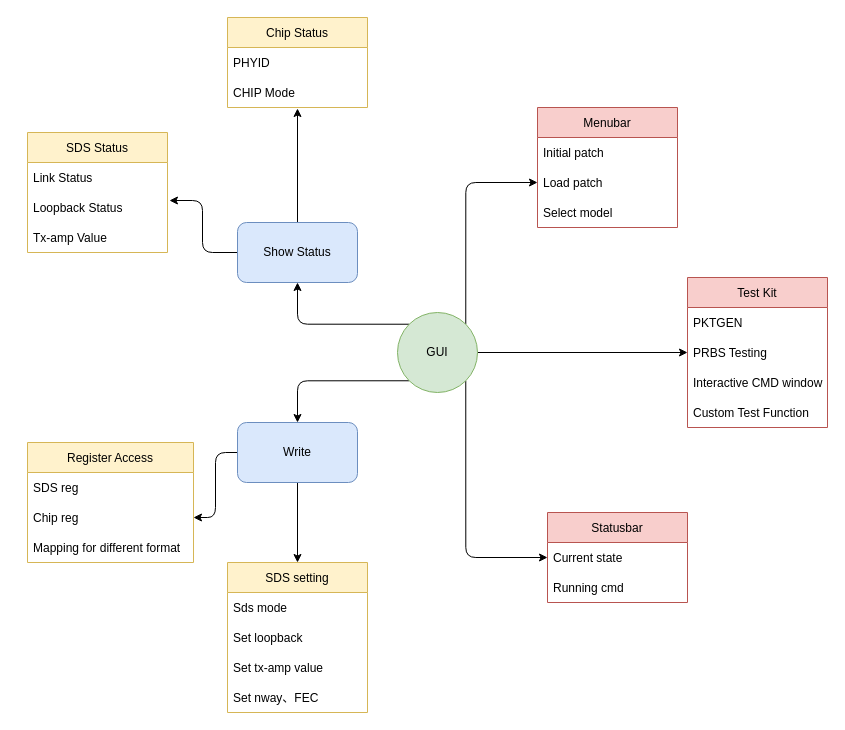
This is CHIP_TEST_GUI.drawio from WeiCheng0908/Stock_strategy_simulation, a draw.io file, before an edit. Source tidied: cells renumbered, new cells numbered last; positions are measured from the earlier drawing's top-left corner, leaving out a move shared by most shapes. Both pictures are drawn from the tidied source at 100%, with x=0, y=0 at pixel (27, 17).
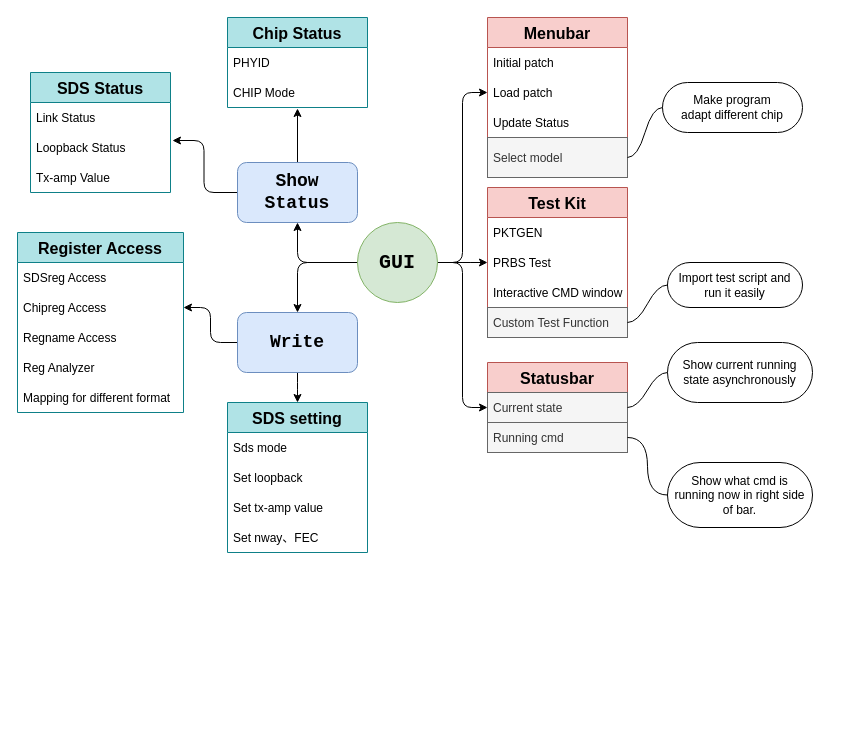
After the change.

The change refers to these unchanged cells:
```xml
<mxCell id="22" value="Load patch" style="text;strokeColor=none;fillColor=none;align=left;verticalAlign=middle;spacingLeft=4;spacingRight=4;overflow=hidden;points=[[0,0.5],[1,0.5]];portConstraint=eastwest;" parent="20" vertex="1">
  <mxGeometry y="60" width="140" height="30" as="geometry" />
</mxCell>
```

The edit, as a diff of the source:
```diff
@@
-    <mxCell id="4" value="Show Status" style="rounded=1;whiteSpace=wrap;html=1;fillColor=#dae8fc;strokeColor=#6c8ebf;" parent="1" vertex="1">
-      <mxGeometry x="210" y="205" width="120" height="60" as="geometry" />
+    <mxCell id="4" value="Show Status" style="rounded=1;whiteSpace=wrap;html=1;fillColor=#dae8fc;strokeColor=#6c8ebf;fontSize=18;fontFamily=Courier New;fontStyle=1;" parent="1" vertex="1">
+      <mxGeometry x="210" y="145" width="120" height="60" as="geometry" />
     </mxCell>
@@
-    <mxCell id="7" value="Write" style="rounded=1;whiteSpace=wrap;html=1;fillColor=#dae8fc;strokeColor=#6c8ebf;" parent="1" vertex="1">
-      <mxGeometry x="210" y="405" width="120" height="60" as="geometry" />
+    <mxCell id="7" value="Write" style="rounded=1;whiteSpace=wrap;html=1;fillColor=#dae8fc;strokeColor=#6c8ebf;fontSize=18;fontFamily=Courier New;fontStyle=1;" parent="1" vertex="1">
+      <mxGeometry x="210" y="295" width="120" height="60" as="geometry" />
     </mxCell>
-    <mxCell id="8" value="Chip Status" style="swimlane;fontStyle=0;horizontal=1;startSize=30;fillColor=#fff2cc;strokeColor=#d6b656;" parent="1" vertex="1">
+    <mxCell id="8" value="Chip Status" style="swimlane;fontStyle=1;horizontal=1;startSize=30;fillColor=#b0e3e6;strokeColor=#0e8088;fontSize=16;" parent="1" vertex="1">
       <mxGeometry x="200" width="140" height="90" as="geometry" />
     </mxCell>
@@
-    <mxCell id="11" value="SDS Status" style="swimlane;fontStyle=0;horizontal=1;startSize=30;fillColor=#fff2cc;strokeColor=#d6b656;" parent="1" vertex="1">
-      <mxGeometry y="115" width="140" height="120" as="geometry" />
+    <mxCell id="11" value="SDS Status" style="swimlane;fontStyle=1;horizontal=1;startSize=30;fillColor=#b0e3e6;strokeColor=#0e8088;fontSize=16;" parent="1" vertex="1">
+      <mxGeometry x="3" y="55" width="140" height="120" as="geometry" />
     </mxCell>
@@
-    <mxCell id="15" value="Test Kit" style="swimlane;fontStyle=0;horizontal=1;startSize=30;fillColor=#f8cecc;strokeColor=#b85450;" parent="1" vertex="1">
-      <mxGeometry x="660" y="260" width="140" height="150" as="geometry" />
+    <mxCell id="15" value="Test Kit" style="swimlane;fontStyle=1;horizontal=1;startSize=30;fillColor=#f8cecc;strokeColor=#b85450;fontSize=16;" parent="1" vertex="1">
+      <mxGeometry x="460" y="170" width="140" height="150" as="geometry" />
     </mxCell>
@@
-    <mxCell id="17" value="PRBS Testing" style="text;strokeColor=none;fillColor=none;align=left;verticalAlign=middle;spacingLeft=4;spacingRight=4;overflow=hidden;points=[[0,0.5],[1,0.5]];portConstraint=eastwest;" parent="15" vertex="1">
+    <mxCell id="17" value="PRBS Test" style="text;strokeColor=none;fillColor=none;align=left;verticalAlign=middle;spacingLeft=4;spacingRight=4;overflow=hidden;points=[[0,0.5],[1,0.5]];portConstraint=eastwest;" parent="15" vertex="1">
       <mxGeometry y="60" width="140" height="30" as="geometry" />
     </mxCell>
@@
-    <mxCell id="19" value="Custom Test Function" style="text;strokeColor=none;fillColor=none;align=left;verticalAlign=middle;spacingLeft=4;spacingRight=4;overflow=hidden;points=[[0,0.5],[1,0.5]];portConstraint=eastwest;" parent="15" vertex="1">
+    <mxCell id="19" value="Custom Test Function" style="text;strokeColor=#666666;fillColor=#f5f5f5;align=left;verticalAlign=middle;spacingLeft=4;spacingRight=4;overflow=hidden;points=[[0,0.5],[1,0.5]];portConstraint=eastwest;fontColor=#333333;" parent="15" vertex="1">
       <mxGeometry y="120" width="140" height="30" as="geometry" />
     </mxCell>
-    <mxCell id="20" value="Menubar" style="swimlane;fontStyle=0;horizontal=1;startSize=30;fillColor=#f8cecc;strokeColor=#b85450;" parent="1" vertex="1">
-      <mxGeometry x="510" y="90" width="140" height="120" as="geometry" />
+    <mxCell id="20" value="Menubar" style="swimlane;fontStyle=1;horizontal=1;startSize=30;fillColor=#f8cecc;strokeColor=#b85450;fontSize=16;" parent="1" vertex="1">
+      <mxGeometry x="460" width="140" height="160" as="geometry" />
     </mxCell>
@@
+    <mxCell id="42" value="Update Status" style="text;strokeColor=none;fillColor=none;align=left;verticalAlign=middle;spacingLeft=4;spacingRight=4;overflow=hidden;" parent="20" vertex="1">
+      <mxGeometry y="90" width="140" height="30" as="geometry" />
+    </mxCell>
-    <mxCell id="23" value="Select model" style="text;strokeColor=none;fillColor=none;align=left;verticalAlign=middle;spacingLeft=4;spacingRight=4;overflow=hidden;points=[[0,0.5],[1,0.5]];portConstraint=eastwest;" parent="20" vertex="1">
-      <mxGeometry y="90" width="140" height="30" as="geometry" />
+    <mxCell id="23" value="Select model" style="text;strokeColor=#666666;fillColor=#f5f5f5;align=left;verticalAlign=middle;spacingLeft=4;spacingRight=4;overflow=hidden;points=[[0,0.5],[1,0.5]];portConstraint=eastwest;fontColor=#333333;" parent="20" vertex="1">
+      <mxGeometry y="120" width="140" height="40" as="geometry" />
     </mxCell>
-    <mxCell id="24" style="edgeStyle=orthogonalEdgeStyle;rounded=1;jettySize=auto;html=1;exitX=0;exitY=0;exitDx=0;exitDy=0;" parent="1" edge="1" source="29">
+    <mxCell id="24" style="edgeStyle=orthogonalEdgeStyle;rounded=1;jettySize=auto;html=1;exitX=0;exitY=0.5;exitDx=0;exitDy=0;entryX=0.5;entryY=1;entryDx=0;entryDy=0;" parent="1" edge="1" source="29" target="4">
       <mxGeometry relative="1" as="geometry">
-        <mxPoint x="270" y="265" as="targetPoint" />
         <Array as="points">
-          <mxPoint x="270" y="307" />
+          <mxPoint x="330" y="245" />
+          <mxPoint x="270" y="245" />
         </Array>
       </mxGeometry>
     </mxCell>
-    <mxCell id="25" style="edgeStyle=orthogonalEdgeStyle;rounded=1;jettySize=auto;html=1;exitX=0;exitY=1;exitDx=0;exitDy=0;entryX=0.5;entryY=0;entryDx=0;entryDy=0;" parent="1" edge="1" source="29" target="7">
+    <mxCell id="25" style="edgeStyle=orthogonalEdgeStyle;rounded=1;jettySize=auto;html=1;exitX=0;exitY=0.5;exitDx=0;exitDy=0;entryX=0.5;entryY=0;entryDx=0;entryDy=0;" parent="1" edge="1" source="29" target="7">
       <mxGeometry relative="1" as="geometry">
         <Array as="points">
-          <mxPoint x="270" y="363" />
+          <mxPoint x="330" y="245" />
+          <mxPoint x="270" y="245" />
         </Array>
       </mxGeometry>
     </mxCell>
-    <mxCell id="26" style="edgeStyle=orthogonalEdgeStyle;rounded=1;jettySize=auto;html=1;exitX=1;exitY=0.5;exitDx=0;exitDy=0;entryX=0;entryY=0.5;entryDx=0;entryDy=0;" parent="1" edge="1" source="29" target="17">
-      <mxGeometry relative="1" as="geometry" />
-    </mxCell>
-    <mxCell id="27" style="edgeStyle=orthogonalEdgeStyle;rounded=1;jettySize=auto;html=1;exitX=1;exitY=0;exitDx=0;exitDy=0;entryX=0;entryY=0.5;entryDx=0;entryDy=0;" parent="1" edge="1" source="29" target="22">
+    <mxCell id="27" style="edgeStyle=orthogonalEdgeStyle;rounded=1;jettySize=auto;html=1;exitX=1;exitY=0.5;exitDx=0;exitDy=0;entryX=0;entryY=0.5;entryDx=0;entryDy=0;" parent="1" edge="1" source="29" target="22">
       <mxGeometry relative="1" as="geometry" />
     </mxCell>
-    <mxCell id="28" style="edgeStyle=orthogonalEdgeStyle;rounded=1;jettySize=auto;html=1;exitX=1;exitY=1;exitDx=0;exitDy=0;entryX=0;entryY=0.5;entryDx=0;entryDy=0;" parent="1" edge="1" source="29" target="31">
+    <mxCell id="28" style="edgeStyle=orthogonalEdgeStyle;rounded=1;jettySize=auto;html=1;exitX=1;exitY=0.5;exitDx=0;exitDy=0;entryX=0;entryY=0.5;entryDx=0;entryDy=0;" parent="1" edge="1" source="29" target="31">
       <mxGeometry relative="1" as="geometry" />
     </mxCell>
+    <mxCell id="26" style="edgeStyle=orthogonalEdgeStyle;curved=1;jettySize=auto;html=1;entryX=0;entryY=0.5;entryDx=0;entryDy=0;" parent="1" edge="1" source="29" target="17">
+      <mxGeometry relative="1" as="geometry" />
+    </mxCell>
-    <mxCell id="29" value="GUI" style="ellipse;whiteSpace=wrap;html=1;fillColor=#d5e8d4;strokeColor=#82b366;" parent="1" vertex="1">
-      <mxGeometry x="370" y="295" width="80" height="80" as="geometry" />
+    <mxCell id="29" value="GUI" style="ellipse;whiteSpace=wrap;html=1;fillColor=#d5e8d4;strokeColor=#82b366;fontSize=20;fontFamily=Courier New;fontStyle=1;" parent="1" vertex="1">
+      <mxGeometry x="330" y="205" width="80" height="80" as="geometry" />
     </mxCell>
-    <mxCell id="30" value="Statusbar" style="swimlane;fontStyle=0;horizontal=1;startSize=30;fillColor=#f8cecc;strokeColor=#b85450;" parent="1" vertex="1">
-      <mxGeometry x="520" y="495" width="140" height="90" as="geometry" />
+    <mxCell id="30" value="Statusbar" style="swimlane;fontStyle=1;horizontal=1;startSize=30;fillColor=#f8cecc;strokeColor=#b85450;fontSize=16;" parent="1" vertex="1">
+      <mxGeometry x="460" y="345" width="140" height="90" as="geometry" />
     </mxCell>
-    <mxCell id="31" value="Current state" style="text;strokeColor=none;fillColor=none;align=left;verticalAlign=middle;spacingLeft=4;spacingRight=4;overflow=hidden;points=[[0,0.5],[1,0.5]];portConstraint=eastwest;" parent="30" vertex="1">
+    <mxCell id="31" value="Current state" style="text;strokeColor=#666666;fillColor=#f5f5f5;align=left;verticalAlign=middle;spacingLeft=4;spacingRight=4;overflow=hidden;points=[[0,0.5],[1,0.5]];portConstraint=eastwest;fontColor=#333333;" parent="30" vertex="1">
       <mxGeometry y="30" width="140" height="30" as="geometry" />
     </mxCell>
-    <mxCell id="32" value="Running cmd" style="text;strokeColor=none;fillColor=none;align=left;verticalAlign=middle;spacingLeft=4;spacingRight=4;overflow=hidden;points=[[0,0.5],[1,0.5]];portConstraint=eastwest;" parent="30" vertex="1">
+    <mxCell id="32" value="Running cmd" style="text;strokeColor=#666666;fillColor=#f5f5f5;align=left;verticalAlign=middle;spacingLeft=4;spacingRight=4;overflow=hidden;points=[[0,0.5],[1,0.5]];portConstraint=eastwest;fontColor=#333333;" parent="30" vertex="1">
       <mxGeometry y="60" width="140" height="30" as="geometry" />
     </mxCell>
-    <mxCell id="33" value="Register Access" style="swimlane;fontStyle=0;horizontal=1;startSize=30;fillColor=#fff2cc;strokeColor=#d6b656;" parent="1" vertex="1">
-      <mxGeometry y="425" width="166" height="120" as="geometry" />
+    <mxCell id="33" value="Register Access" style="swimlane;fontStyle=1;horizontal=1;startSize=30;fillColor=#b0e3e6;strokeColor=#0e8088;fontSize=16;" parent="1" vertex="1">
+      <mxGeometry x="-10" y="215" width="166" height="180" as="geometry" />
     </mxCell>
-    <mxCell id="34" value="SDS reg" style="text;strokeColor=none;fillColor=none;align=left;verticalAlign=middle;spacingLeft=4;spacingRight=4;overflow=hidden;" parent="33" vertex="1">
+    <mxCell id="34" value="SDSreg Access" style="text;strokeColor=none;fillColor=none;align=left;verticalAlign=middle;spacingLeft=4;spacingRight=4;overflow=hidden;fontSize=12;" parent="33" vertex="1">
       <mxGeometry y="30" width="166" height="30" as="geometry" />
     </mxCell>
-    <mxCell id="35" value="Chip reg " style="text;strokeColor=none;fillColor=none;align=left;verticalAlign=middle;spacingLeft=4;spacingRight=4;overflow=hidden;points=[[0,0.5],[1,0.5]];portConstraint=eastwest;" parent="33" vertex="1">
+    <mxCell id="35" value="Chipreg Access " style="text;strokeColor=none;fillColor=none;align=left;verticalAlign=middle;spacingLeft=4;spacingRight=4;overflow=hidden;points=[[0,0.5],[1,0.5]];portConstraint=eastwest;fontSize=12;" parent="33" vertex="1">
       <mxGeometry y="60" width="166" height="30" as="geometry" />
     </mxCell>
+    <mxCell id="43" value="Regname Access" style="text;strokeColor=none;fillColor=none;align=left;verticalAlign=middle;spacingLeft=4;spacingRight=4;overflow=hidden;fontSize=12;" parent="33" vertex="1">
+      <mxGeometry y="90" width="166" height="30" as="geometry" />
+    </mxCell>
+    <mxCell id="44" value="Reg Analyzer" style="text;strokeColor=none;fillColor=none;align=left;verticalAlign=middle;spacingLeft=4;spacingRight=4;overflow=hidden;fontSize=12;" parent="33" vertex="1">
+      <mxGeometry y="120" width="166" height="30" as="geometry" />
+    </mxCell>
-    <mxCell id="36" value="Mapping for different format" style="text;strokeColor=none;fillColor=none;align=left;verticalAlign=middle;spacingLeft=4;spacingRight=4;overflow=hidden;" parent="33" vertex="1">
-      <mxGeometry y="90" width="166" height="30" as="geometry" />
+    <mxCell id="36" value="Mapping for different format" style="text;strokeColor=none;fillColor=none;align=left;verticalAlign=middle;spacingLeft=4;spacingRight=4;overflow=hidden;fontSize=12;" parent="33" vertex="1">
+      <mxGeometry y="150" width="166" height="30" as="geometry" />
     </mxCell>
-    <mxCell id="37" value="SDS setting" style="swimlane;fontStyle=0;horizontal=1;startSize=30;fillColor=#fff2cc;strokeColor=#d6b656;" parent="1" vertex="1">
-      <mxGeometry x="200" y="545" width="140" height="150" as="geometry" />
+    <mxCell id="37" value="SDS setting" style="swimlane;fontStyle=1;horizontal=1;startSize=30;fillColor=#b0e3e6;strokeColor=#0e8088;fontSize=16;" parent="1" vertex="1">
+      <mxGeometry x="200" y="385" width="140" height="150" as="geometry" />
     </mxCell>
@@
+    <mxCell id="45" value="&lt;span style=&quot;text-align: left;&quot;&gt;Make program&lt;/span&gt;&lt;br style=&quot;padding: 0px; margin: 0px; text-align: left;&quot;&gt;&lt;span style=&quot;text-align: left;&quot;&gt;adapt different chip&lt;/span&gt;" style="whiteSpace=wrap;html=1;rounded=1;arcSize=50;align=center;verticalAlign=middle;strokeWidth=1;spacing=4;newEdgeStyle={&quot;edgeStyle&quot;:&quot;entityRelationEdgeStyle&quot;,&quot;startArrow&quot;:&quot;none&quot;,&quot;endArrow&quot;:&quot;none&quot;,&quot;segment&quot;:10,&quot;curved&quot;:1};" parent="1" vertex="1">
+      <mxGeometry x="635" y="65" width="140" height="50" as="geometry" />
+    </mxCell>
+    <mxCell id="46" style="edgeStyle=entityRelationEdgeStyle;startArrow=none;endArrow=none;segment=10;curved=1;rounded=0;" parent="1" edge="1" source="23" target="45">
+      <mxGeometry relative="1" as="geometry" />
+    </mxCell>
+    <mxCell id="47" value="Show current running state asynchronously" style="whiteSpace=wrap;html=1;rounded=1;arcSize=50;align=center;verticalAlign=middle;strokeWidth=1;spacing=4;newEdgeStyle={&quot;edgeStyle&quot;:&quot;entityRelationEdgeStyle&quot;,&quot;startArrow&quot;:&quot;none&quot;,&quot;endArrow&quot;:&quot;none&quot;,&quot;segment&quot;:10,&quot;curved&quot;:1};" parent="1" vertex="1">
+      <mxGeometry x="640" y="325" width="145" height="60" as="geometry" />
+    </mxCell>
+    <mxCell id="48" style="edgeStyle=entityRelationEdgeStyle;startArrow=none;endArrow=none;segment=10;curved=1;rounded=0;" parent="1" edge="1" source="31" target="47">
+      <mxGeometry relative="1" as="geometry" />
+    </mxCell>
+    <mxCell id="49" value="Show what cmd is running now in right side of bar." style="whiteSpace=wrap;html=1;rounded=1;arcSize=50;align=center;verticalAlign=middle;strokeWidth=1;spacing=4;newEdgeStyle={&quot;edgeStyle&quot;:&quot;entityRelationEdgeStyle&quot;,&quot;startArrow&quot;:&quot;none&quot;,&quot;endArrow&quot;:&quot;none&quot;,&quot;segment&quot;:10,&quot;curved&quot;:1};" parent="1" vertex="1">
+      <mxGeometry x="640" y="445" width="145" height="65" as="geometry" />
+    </mxCell>
+    <mxCell id="50" style="edgeStyle=orthogonalEdgeStyle;jettySize=auto;html=1;exitX=1;exitY=0.5;exitDx=0;exitDy=0;entryX=0;entryY=0.5;entryDx=0;entryDy=0;endArrow=none;startArrow=none;curved=1;" parent="1" edge="1" source="32" target="49">
+      <mxGeometry relative="1" as="geometry" />
+    </mxCell>
+    <mxCell id="51" value="Import test script and run it easily" style="whiteSpace=wrap;html=1;rounded=1;arcSize=50;align=center;verticalAlign=middle;strokeWidth=1;spacing=4;newEdgeStyle={&quot;edgeStyle&quot;:&quot;entityRelationEdgeStyle&quot;,&quot;startArrow&quot;:&quot;none&quot;,&quot;endArrow&quot;:&quot;none&quot;,&quot;segment&quot;:10,&quot;curved&quot;:1};" parent="1" vertex="1">
+      <mxGeometry x="640" y="245" width="135" height="45" as="geometry" />
+    </mxCell>
+    <mxCell id="52" style="edgeStyle=entityRelationEdgeStyle;startArrow=none;endArrow=none;segment=10;curved=1;" parent="1" edge="1" source="19" target="51">
+      <mxGeometry relative="1" as="geometry" />
+    </mxCell>
```
